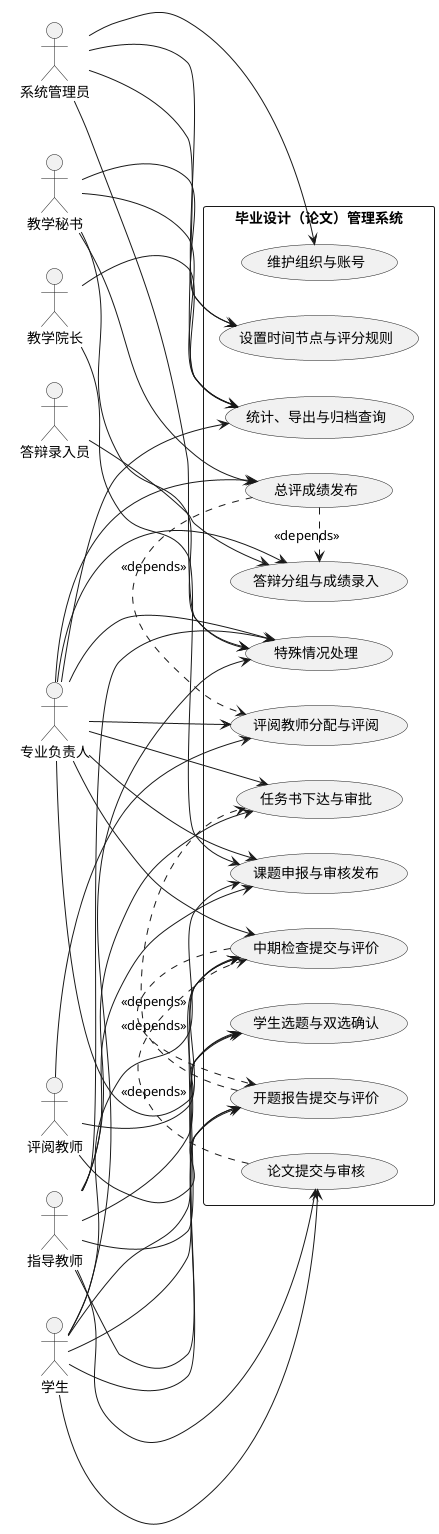
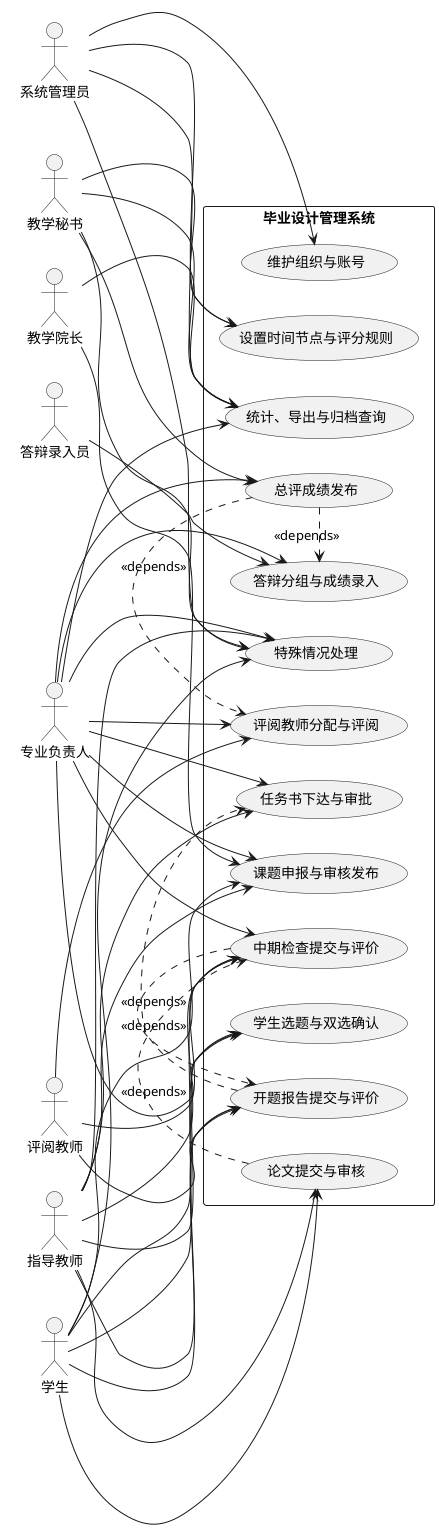
@startuml
left to right direction
skinparam packageStyle rectangle

actor "系统管理员" as Admin
actor "教学秘书" as Secretary
actor "教学院长" as Dean
actor "专业负责人" as MajorLeader
actor "指导教师" as Supervisor
actor "评阅教师" as Reviewer
actor "答辩录入员" as DefenseSecretary
actor "学生" as Student

- rectangle "毕业设计（论文）管理系统" {
+ rectangle "毕业设计管理系统" {
  usecase "维护组织与账号" as UC1
  usecase "设置时间节点与评分规则" as UC2
  usecase "课题申报与审核发布" as UC3
  usecase "学生选题与双选确认" as UC4
  usecase "任务书下达与审批" as UC5
  usecase "开题报告提交与评价" as UC6
  usecase "中期检查提交与评价" as UC7
  usecase "论文提交与审核" as UC8
  usecase "评阅教师分配与评阅" as UC9
  usecase "答辩分组与成绩录入" as UC10
  usecase "总评成绩发布" as UC11
  usecase "统计、导出与归档查询" as UC12
  usecase "特殊情况处理" as UC13
}

Admin --> UC1
Admin --> UC2
Admin --> UC12
Admin --> UC13

Secretary --> UC2
Secretary --> UC11
Secretary --> UC12
Secretary --> UC13

Dean --> UC3
Dean --> UC12

MajorLeader --> UC3
MajorLeader --> UC4
MajorLeader --> UC5
MajorLeader --> UC7
MajorLeader --> UC9
MajorLeader --> UC10
MajorLeader --> UC11
MajorLeader --> UC12
MajorLeader --> UC13

Supervisor --> UC3
Supervisor --> UC4
Supervisor --> UC5
Supervisor --> UC6
Supervisor --> UC7
Supervisor --> UC8
Supervisor --> UC13

Reviewer --> UC6
Reviewer --> UC7
Reviewer --> UC9

DefenseSecretary --> UC10

Student --> UC3
Student --> UC4
Student --> UC6
Student --> UC7
Student --> UC8
Student --> UC13

UC11 .> UC9 : <<depends>>
UC11 .> UC10 : <<depends>>
UC6 .> UC5 : <<depends>>
UC7 .> UC6 : <<depends>>
UC8 .> UC7 : <<depends>>
@enduml
